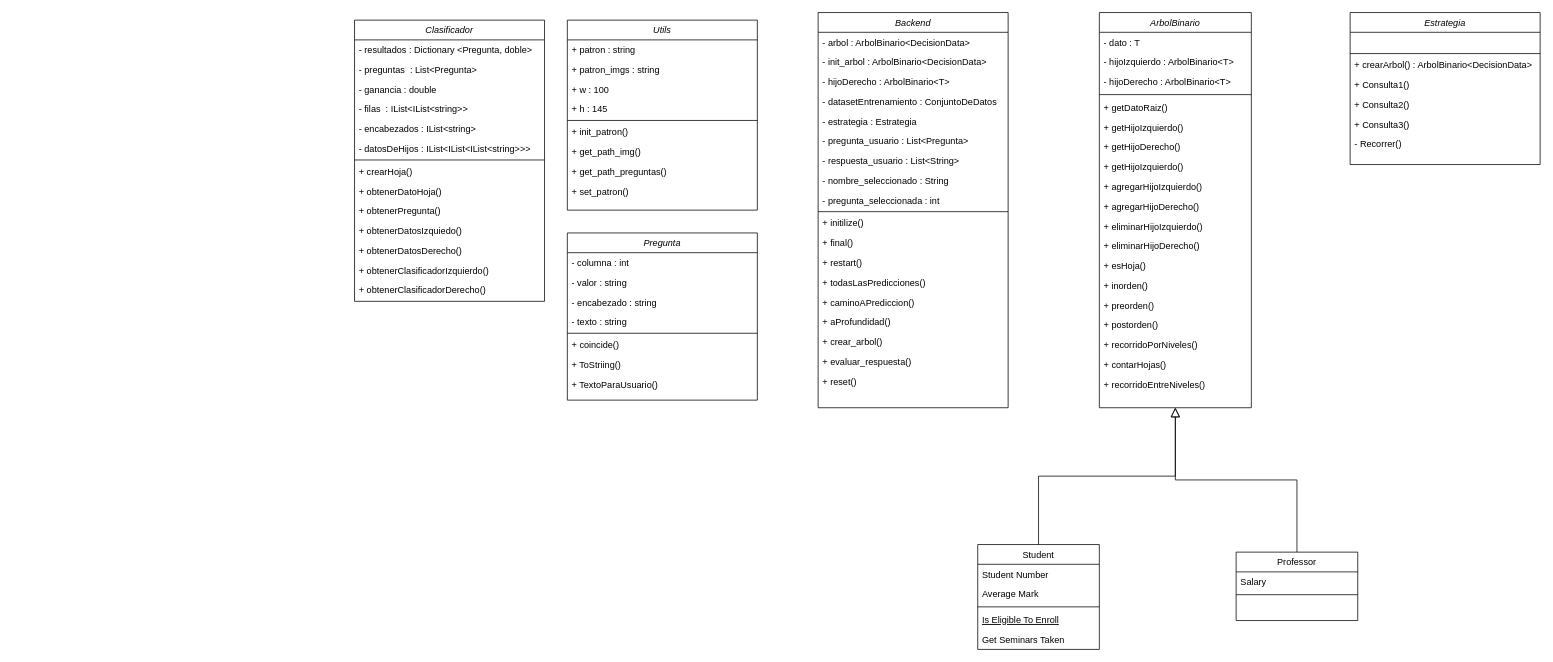
Before: TPF-WiW.drawio in Schl4nge-sudo/TPF-CTEA, a draw.io diagram. Source tidied: cells renumbered, new cells numbered last; positions are measured from the earlier drawing's top-left corner, leaving out a move shared by most shapes. Both pictures are drawn from the tidied source at 76%, with x=0, y=0 at pixel (354, 12).
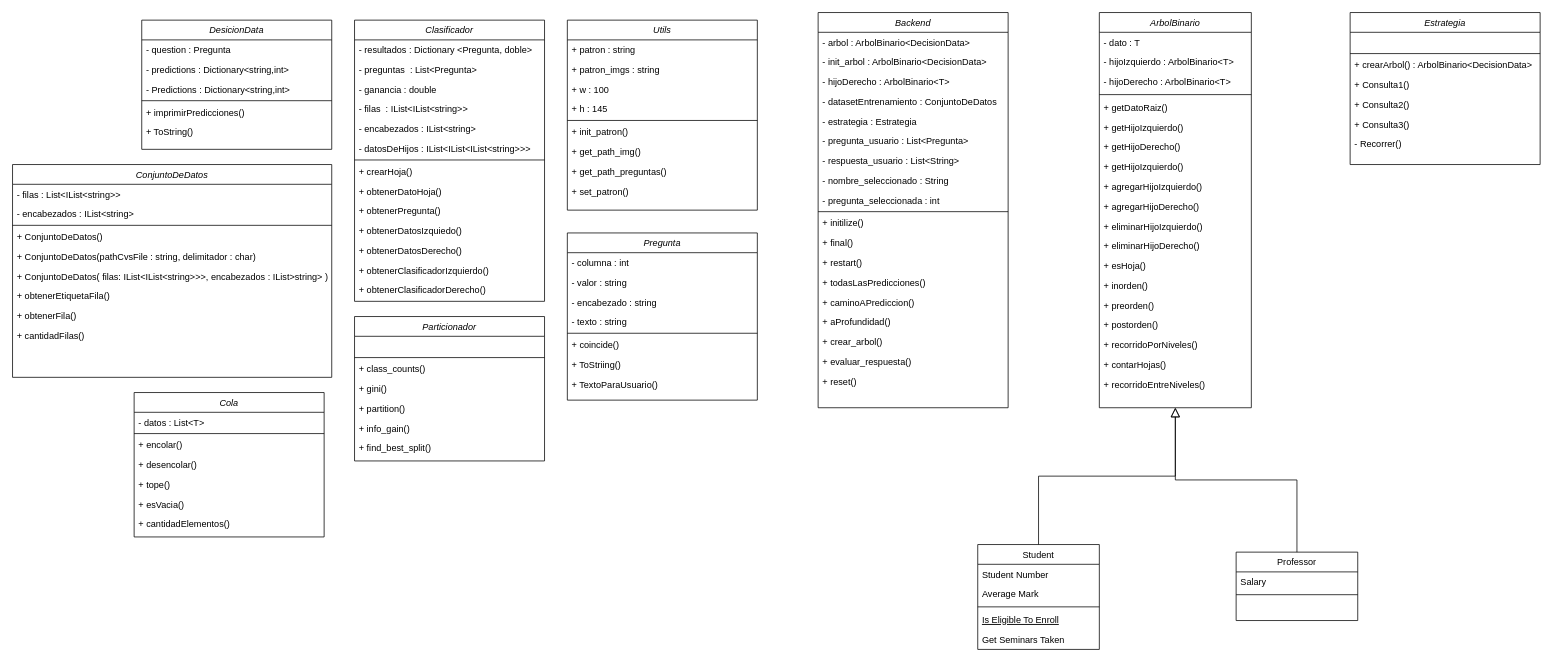
Above is the later version.

Commit message:
Agregando clase cola + otras

The edit, as a diff of the source:
```diff
@@
+    <mxCell id="95" value="Particionador" style="swimlane;fontStyle=2;align=center;verticalAlign=top;horizontal=1;startSize=26;rounded=0;shadow=0;strokeWidth=1;" parent="1" vertex="1">
+      <mxGeometry y="400" width="250" height="190" as="geometry" />
+    </mxCell>
+    <mxCell id="96" value=" " style="text;align=left;verticalAlign=top;spacingLeft=4;spacingRight=4;overflow=hidden;" parent="95" vertex="1">
+      <mxGeometry y="26" width="250" height="26" as="geometry" />
+    </mxCell>
+    <mxCell id="97" style="line;html=1;strokeWidth=1;align=left;verticalAlign=middle;spacingTop=-1;spacingLeft=3;spacingRight=3;labelPosition=right;" parent="95" vertex="1">
+      <mxGeometry y="52" width="250" height="4" as="geometry" />
+    </mxCell>
+    <mxCell id="98" value="+ class_counts()" style="text;align=left;verticalAlign=top;spacingLeft=4;spacingRight=4;overflow=hidden;" parent="95" vertex="1">
+      <mxGeometry y="56" width="250" height="26" as="geometry" />
+    </mxCell>
+    <mxCell id="99" value="+ gini()" style="text;align=left;verticalAlign=top;spacingLeft=4;spacingRight=4;overflow=hidden;" parent="95" vertex="1">
+      <mxGeometry y="82" width="250" height="26" as="geometry" />
+    </mxCell>
+    <mxCell id="100" value="+ partition()" style="text;align=left;verticalAlign=top;spacingLeft=4;spacingRight=4;overflow=hidden;" parent="95" vertex="1">
+      <mxGeometry y="108" width="250" height="26" as="geometry" />
+    </mxCell>
+    <mxCell id="101" value="+ info_gain()" style="text;align=left;verticalAlign=top;spacingLeft=4;spacingRight=4;overflow=hidden;" parent="95" vertex="1">
+      <mxGeometry y="134" width="250" height="26" as="geometry" />
+    </mxCell>
+    <mxCell id="102" value="+ find_best_split()" style="text;align=left;verticalAlign=top;spacingLeft=4;spacingRight=4;overflow=hidden;" parent="95" vertex="1">
+      <mxGeometry y="160" width="250" height="26" as="geometry" />
+    </mxCell>
+    <mxCell id="103" value="DesicionData" style="swimlane;fontStyle=2;align=center;verticalAlign=top;horizontal=1;startSize=26;rounded=0;shadow=0;strokeWidth=1;" parent="1" vertex="1">
+      <mxGeometry x="-280" y="10" width="250" height="170" as="geometry" />
+    </mxCell>
+    <mxCell id="104" value="- question : Pregunta" style="text;align=left;verticalAlign=top;spacingLeft=4;spacingRight=4;overflow=hidden;" parent="103" vertex="1">
+      <mxGeometry y="26" width="250" height="26" as="geometry" />
+    </mxCell>
+    <mxCell id="105" value="- predictions : Dictionary&lt;string,int&gt;" style="text;align=left;verticalAlign=top;spacingLeft=4;spacingRight=4;overflow=hidden;" parent="103" vertex="1">
+      <mxGeometry y="52" width="250" height="26" as="geometry" />
+    </mxCell>
+    <mxCell id="106" value="- Predictions : Dictionary&lt;string,int&gt;" style="text;align=left;verticalAlign=top;spacingLeft=4;spacingRight=4;overflow=hidden;" parent="103" vertex="1">
+      <mxGeometry y="78" width="250" height="26" as="geometry" />
+    </mxCell>
+    <mxCell id="107" style="line;html=1;strokeWidth=1;align=left;verticalAlign=middle;spacingTop=-1;spacingLeft=3;spacingRight=3;labelPosition=right;" parent="103" vertex="1">
+      <mxGeometry y="104" width="250" height="4" as="geometry" />
+    </mxCell>
+    <mxCell id="108" value="+ imprimirPredicciones()" style="text;align=left;verticalAlign=top;spacingLeft=4;spacingRight=4;overflow=hidden;" parent="103" vertex="1">
+      <mxGeometry y="108" width="250" height="26" as="geometry" />
+    </mxCell>
+    <mxCell id="109" value="+ ToString()" style="text;align=left;verticalAlign=top;spacingLeft=4;spacingRight=4;overflow=hidden;" parent="103" vertex="1">
+      <mxGeometry y="134" width="250" height="26" as="geometry" />
+    </mxCell>
+    <mxCell id="110" value="ConjuntoDeDatos" style="swimlane;fontStyle=2;align=center;verticalAlign=top;horizontal=1;startSize=26;rounded=0;shadow=0;strokeWidth=1;" parent="1" vertex="1">
+      <mxGeometry x="-450" y="200" width="420" height="280" as="geometry" />
+    </mxCell>
+    <mxCell id="111" value="- filas : List&lt;IList&lt;string&gt;&gt;" style="text;align=left;verticalAlign=top;spacingLeft=4;spacingRight=4;overflow=hidden;" parent="110" vertex="1">
+      <mxGeometry y="26" width="420" height="26" as="geometry" />
+    </mxCell>
+    <mxCell id="112" value="- encabezados : IList&lt;string&gt;" style="text;align=left;verticalAlign=top;spacingLeft=4;spacingRight=4;overflow=hidden;" parent="110" vertex="1">
+      <mxGeometry y="52" width="420" height="26" as="geometry" />
+    </mxCell>
+    <mxCell id="113" style="line;html=1;strokeWidth=1;align=left;verticalAlign=middle;spacingTop=-1;spacingLeft=3;spacingRight=3;labelPosition=right;" parent="110" vertex="1">
+      <mxGeometry y="78" width="420" height="4" as="geometry" />
+    </mxCell>
+    <mxCell id="114" value="+ ConjuntoDeDatos()" style="text;align=left;verticalAlign=top;spacingLeft=4;spacingRight=4;overflow=hidden;" parent="110" vertex="1">
+      <mxGeometry y="82" width="420" height="26" as="geometry" />
+    </mxCell>
+    <mxCell id="115" value="+ ConjuntoDeDatos(pathCvsFile : string, delimitador : char)" style="text;align=left;verticalAlign=top;spacingLeft=4;spacingRight=4;overflow=hidden;" parent="110" vertex="1">
+      <mxGeometry y="108" width="420" height="26" as="geometry" />
+    </mxCell>
+    <mxCell id="116" value="+ ConjuntoDeDatos( filas: IList&lt;IList&lt;string&gt;&gt;&gt;, encabezados : IList&gt;string&gt; )" style="text;align=left;verticalAlign=top;spacingLeft=4;spacingRight=4;overflow=hidden;" parent="110" vertex="1">
+      <mxGeometry y="134" width="420" height="26" as="geometry" />
+    </mxCell>
+    <mxCell id="117" value="+ obtenerEtiquetaFila()" style="text;align=left;verticalAlign=top;spacingLeft=4;spacingRight=4;overflow=hidden;" parent="110" vertex="1">
+      <mxGeometry y="160" width="420" height="26" as="geometry" />
+    </mxCell>
+    <mxCell id="118" value="+ obtenerFila()" style="text;align=left;verticalAlign=top;spacingLeft=4;spacingRight=4;overflow=hidden;" parent="110" vertex="1">
+      <mxGeometry y="186" width="420" height="26" as="geometry" />
+    </mxCell>
+    <mxCell id="119" value="+ cantidadFilas()" style="text;align=left;verticalAlign=top;spacingLeft=4;spacingRight=4;overflow=hidden;" parent="110" vertex="1">
+      <mxGeometry y="212" width="420" height="26" as="geometry" />
+    </mxCell>
+    <mxCell id="120" value="Cola" style="swimlane;fontStyle=2;align=center;verticalAlign=top;horizontal=1;startSize=26;rounded=0;shadow=0;strokeWidth=1;" parent="1" vertex="1">
+      <mxGeometry x="-290" y="500" width="250" height="190" as="geometry" />
+    </mxCell>
+    <mxCell id="121" value="- datos : List&lt;T&gt;" style="text;align=left;verticalAlign=top;spacingLeft=4;spacingRight=4;overflow=hidden;" parent="120" vertex="1">
+      <mxGeometry y="26" width="250" height="26" as="geometry" />
+    </mxCell>
+    <mxCell id="122" style="line;html=1;strokeWidth=1;align=left;verticalAlign=middle;spacingTop=-1;spacingLeft=3;spacingRight=3;labelPosition=right;" parent="120" vertex="1">
+      <mxGeometry y="52" width="250" height="4" as="geometry" />
+    </mxCell>
+    <mxCell id="123" value="+ encolar()" style="text;align=left;verticalAlign=top;spacingLeft=4;spacingRight=4;overflow=hidden;" parent="120" vertex="1">
+      <mxGeometry y="56" width="250" height="26" as="geometry" />
+    </mxCell>
+    <mxCell id="124" value="+ desencolar()" style="text;align=left;verticalAlign=top;spacingLeft=4;spacingRight=4;overflow=hidden;" parent="120" vertex="1">
+      <mxGeometry y="82" width="250" height="26" as="geometry" />
+    </mxCell>
+    <mxCell id="125" value="+ tope()" style="text;align=left;verticalAlign=top;spacingLeft=4;spacingRight=4;overflow=hidden;" parent="120" vertex="1">
+      <mxGeometry y="108" width="250" height="26" as="geometry" />
+    </mxCell>
+    <mxCell id="126" value="+ esVacia()" style="text;align=left;verticalAlign=top;spacingLeft=4;spacingRight=4;overflow=hidden;" parent="120" vertex="1">
+      <mxGeometry y="134" width="250" height="26" as="geometry" />
+    </mxCell>
+    <mxCell id="127" value="+ cantidadElementos()" style="text;align=left;verticalAlign=top;spacingLeft=4;spacingRight=4;overflow=hidden;" parent="120" vertex="1">
+      <mxGeometry y="160" width="250" height="26" as="geometry" />
+    </mxCell>
```
